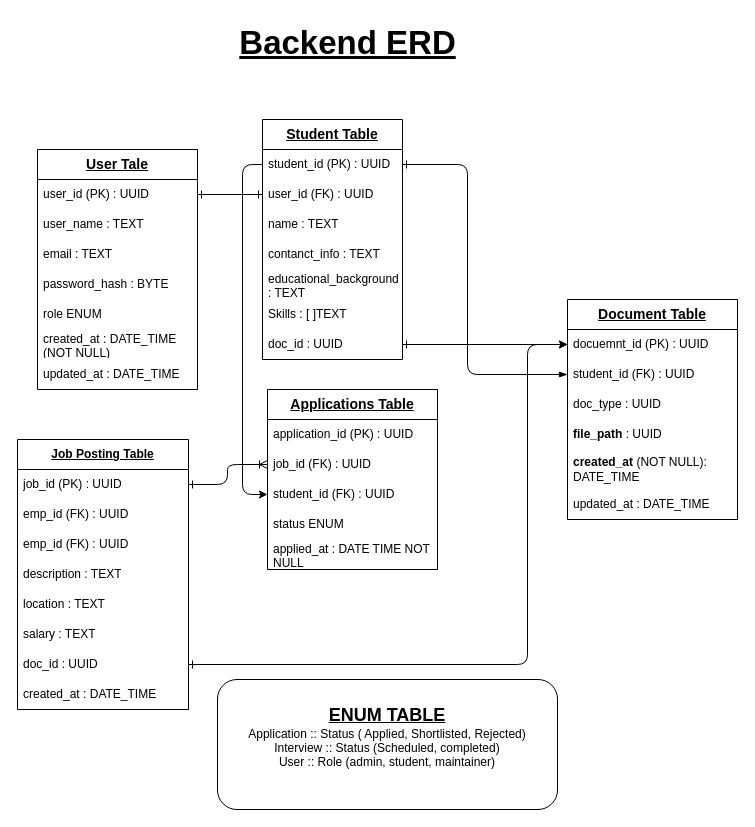
This is page "ERD" (2 of 2) of design-docs/TNPPortal.drawio from Sumit-Kumar1/tnp-portal, a draw.io file, before an edit. Source tidied: cells renumbered, new cells numbered last; positions are measured from the earlier drawing's top-left corner, leaving out a move shared by most shapes. Both pictures are drawn from the tidied source at 100%, with x=0, y=0 at pixel (17, 17).
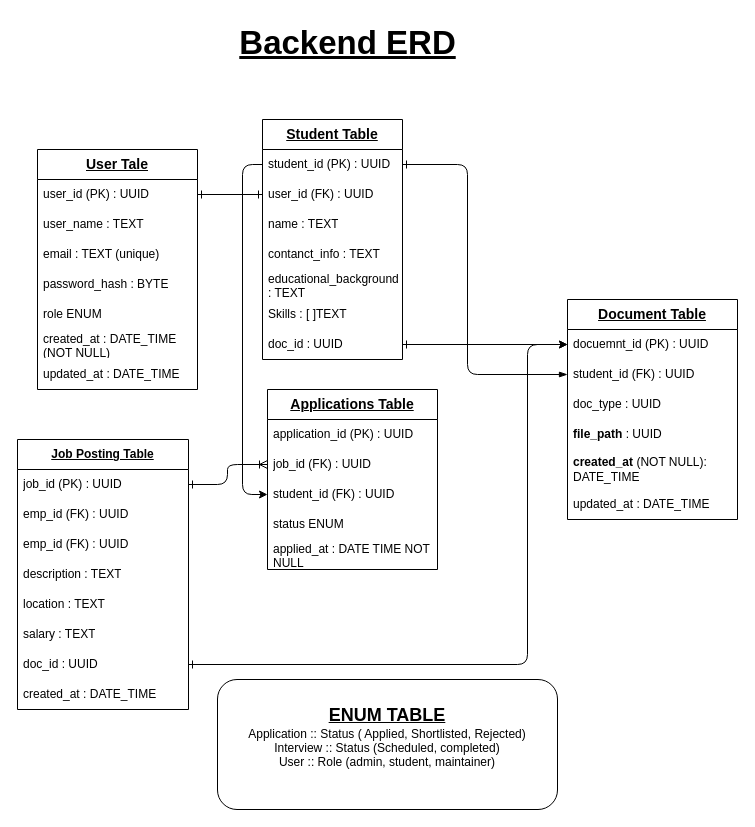
The same page after the edit.

Unchanged cells that the change refers to:
```xml
<mxCell id="2" value="&lt;b&gt;&lt;u&gt;&lt;font style=&quot;font-size: 14px;&quot;&gt;User Tale&lt;/font&gt;&lt;/u&gt;&lt;/b&gt;" style="swimlane;fontStyle=0;horizontal=1;startSize=30;whiteSpace=wrap;html=1;" parent="1" vertex="1">
  <mxGeometry x="20" y="132" width="160" height="240" as="geometry" />
</mxCell>
```

What changed in the source:
```diff
@@
-    <mxCell id="5" value="email : TEXT" style="text;strokeColor=none;fillColor=none;align=left;verticalAlign=middle;spacingLeft=4;spacingRight=4;overflow=hidden;whiteSpace=wrap;html=1;" parent="2" vertex="1">
+    <mxCell id="5" value="email : TEXT (unique)" style="text;strokeColor=none;fillColor=none;align=left;verticalAlign=middle;spacingLeft=4;spacingRight=4;overflow=hidden;whiteSpace=wrap;html=1;" parent="2" vertex="1">
       <mxGeometry y="90" width="160" height="30" as="geometry" />
     </mxCell>
```
